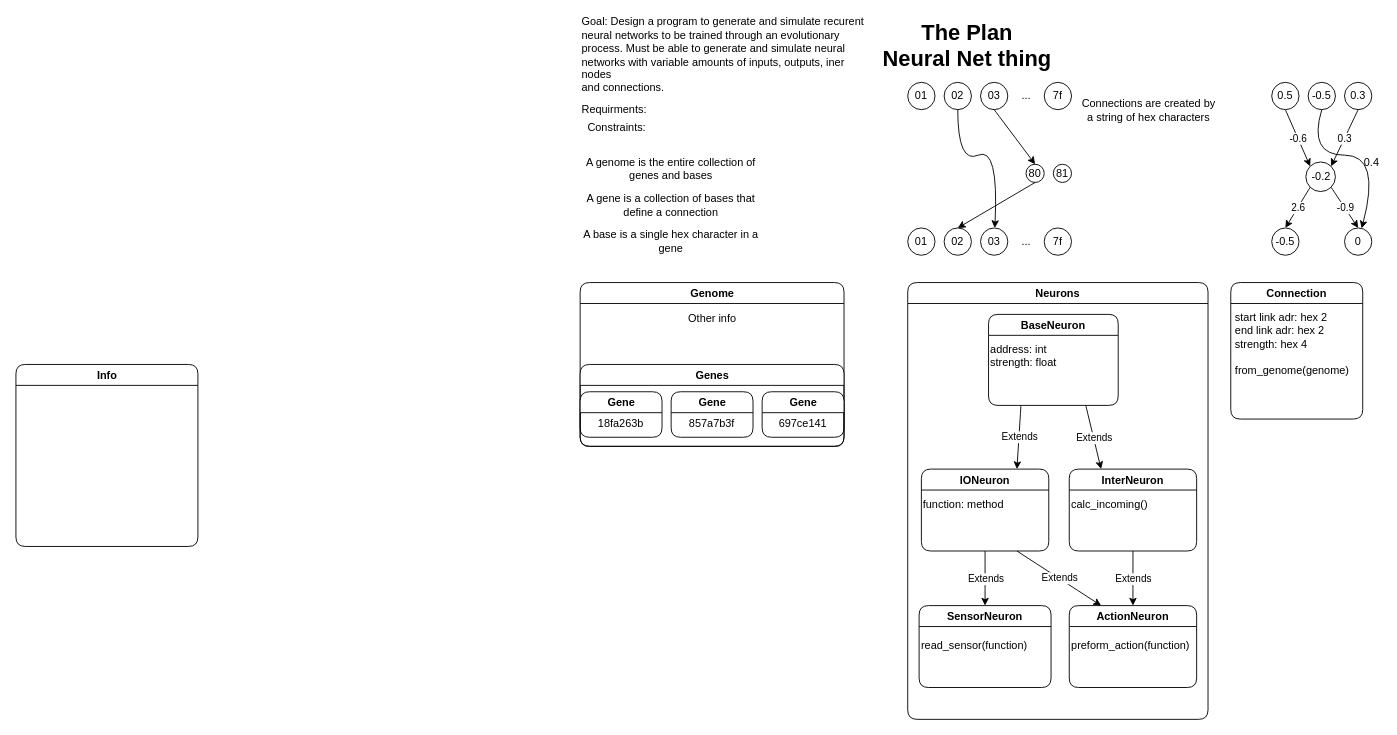
binaryclock03/2DEvoSim keeps this draw.io diagram as plan.drawio. Above is the earlier version. Source tidied: cells renumbered, new cells numbered last; positions are measured from the earlier drawing's top-left corner, leaving out a move shared by most shapes. Both pictures are drawn from the tidied source at 91%, with x=0, y=0 at pixel (15, 27).
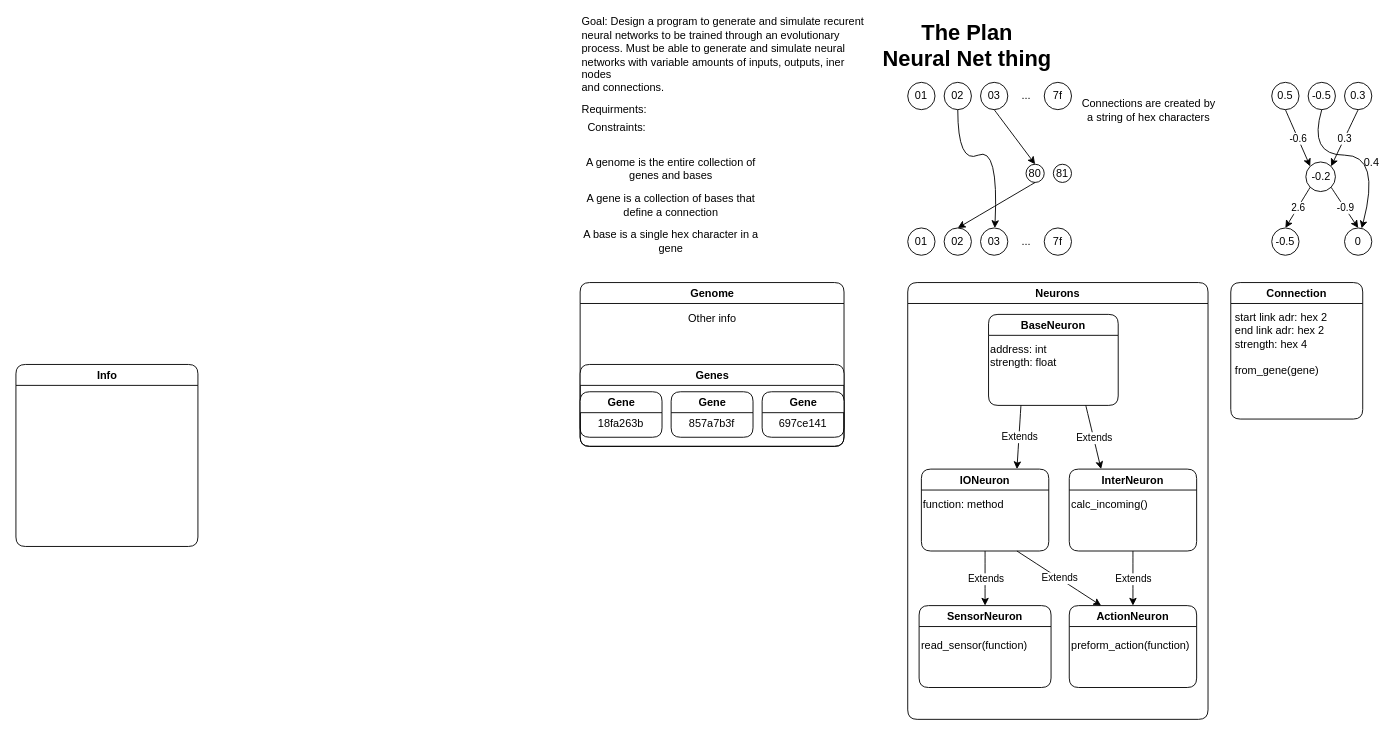
After the change.

Unchanged cells that the change refers to:
```xml
<mxCell id="16" value="Connection" style="swimlane;rounded=1;" parent="1" vertex="1">
  <mxGeometry x="1335" y="280" width="145" height="150" as="geometry" />
</mxCell>
```

What changed in the source:
```diff
@@
-    <mxCell id="17" value="start link adr: hex 2&lt;br&gt;end link adr: hex 2&lt;br&gt;strength: hex 4&lt;br&gt;&lt;br&gt;from_genome(genome)" style="text;strokeColor=none;fillColor=none;align=left;verticalAlign=top;rounded=0;whiteSpace=wrap;html=1;" parent="16" vertex="1">
+    <mxCell id="17" value="start link adr: hex 2&lt;br&gt;end link adr: hex 2&lt;br&gt;strength: hex 4&lt;br&gt;&lt;br&gt;from_gene(gene)" style="text;strokeColor=none;fillColor=none;align=left;verticalAlign=top;rounded=0;whiteSpace=wrap;html=1;" parent="16" vertex="1">
       <mxGeometry x="2.5" y="25" width="140" height="125" as="geometry" />
     </mxCell>
```
